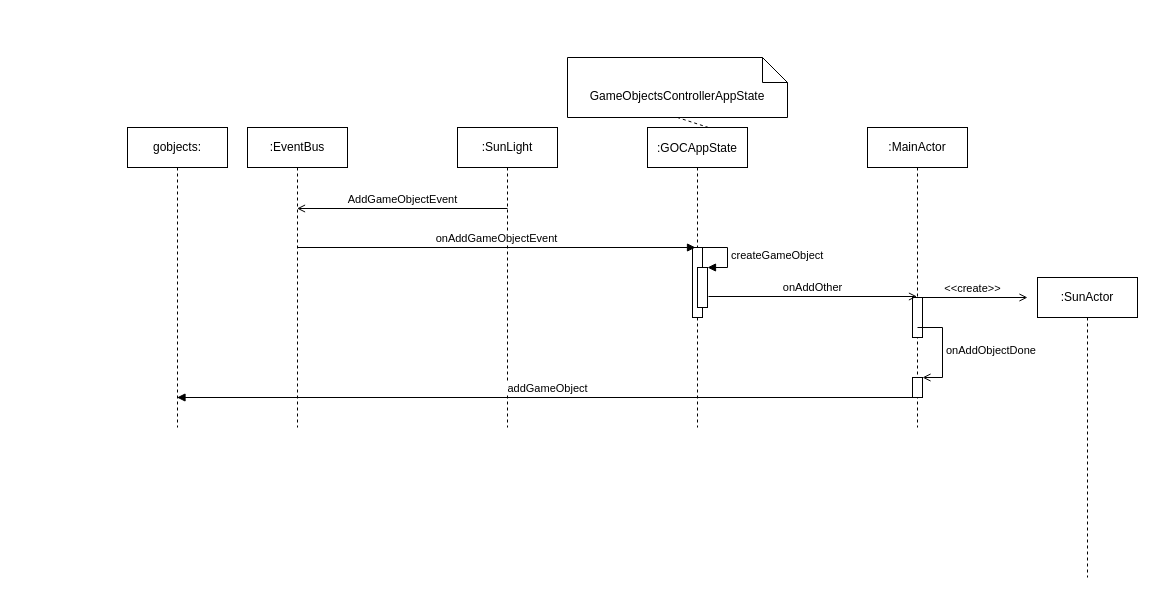
devent/dwarf-hustle-design keeps this draw.io diagram as uml/AddGameObject-Sun-Sequence.drawio. Above is the earlier version. Source tidied: cells renumbered, new cells numbered last; positions are measured from the earlier drawing's top-left corner, leaving out a move shared by most shapes. Both pictures are drawn from the tidied source at 100%, with x=0, y=0 at pixel (127, 57).
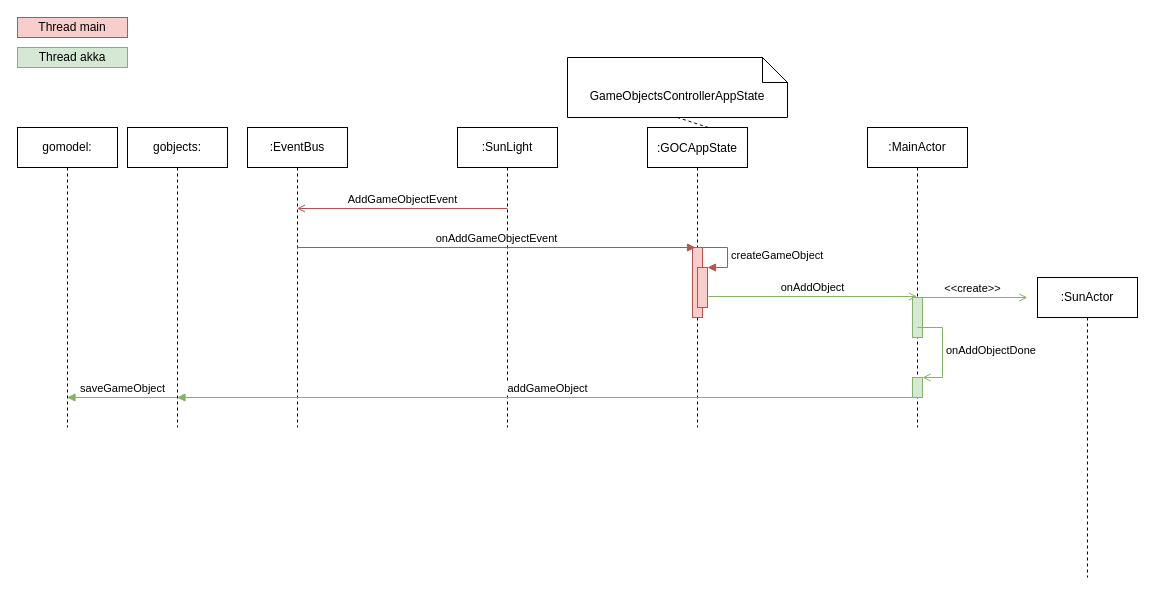
The same page after the edit.

The change refers to these unchanged cells:
```xml
<mxCell id="5" value=":GOCAppState" style="shape=umlLifeline;perimeter=lifelinePerimeter;rounded=0;shadow=0;strokeWidth=1;" parent="1" vertex="1">
  <mxGeometry x="520" y="70" width="100" height="300" as="geometry" />
</mxCell>
<mxCell id="12" value=":MainActor" style="shape=umlLifeline;perimeter=lifelinePerimeter;whiteSpace=wrap;html=1;outlineConnect=0;" parent="1" vertex="1">
  <mxGeometry x="740" y="70" width="100" height="300" as="geometry" />
</mxCell>
```

Change to the diagram source:
```diff
@@
-    <mxCell id="4" value="AddGameObjectEvent" style="html=1;verticalAlign=bottom;endArrow=open;endFill=0;" parent="1" edge="1">
+    <mxCell id="4" value="AddGameObjectEvent" style="html=1;verticalAlign=bottom;endArrow=open;endFill=0;fillColor=#f8cecc;strokeColor=#b85450;" parent="1" edge="1">
       <mxGeometry relative="1" as="geometry">
         <mxPoint x="380" y="151" as="sourcePoint" />
         <mxPoint x="169.5" y="151" as="targetPoint" />
       </mxGeometry>
     </mxCell>
@@
-    <mxCell id="6" style="html=1;perimeter=orthogonalPerimeter;" parent="5" vertex="1">
+    <mxCell id="6" style="html=1;perimeter=orthogonalPerimeter;fillColor=#f8cecc;strokeColor=#b85450;" parent="5" vertex="1">
       <mxGeometry x="45" y="120" width="10" height="70" as="geometry" />
     </mxCell>
@@
-    <mxCell id="9" value="onAddGameObjectEvent" style="html=1;verticalAlign=bottom;endArrow=block;entryX=0.48;entryY=0.8;entryDx=0;entryDy=0;entryPerimeter=0;" parent="1" edge="1">
+    <mxCell id="9" value="onAddGameObjectEvent" style="html=1;verticalAlign=bottom;endArrow=block;entryX=0.48;entryY=0.8;entryDx=0;entryDy=0;entryPerimeter=0;fillColor=#f8cecc;strokeColor=#b85450;" parent="1" edge="1">
       <mxGeometry relative="1" as="geometry">
         <mxPoint x="169.5" y="190" as="sourcePoint" />
         <mxPoint x="568" y="190" as="targetPoint" />
       </mxGeometry>
     </mxCell>
-    <mxCell id="10" style="html=1;points=[];perimeter=orthogonalPerimeter;" parent="1" vertex="1">
+    <mxCell id="10" style="html=1;points=[];perimeter=orthogonalPerimeter;fillColor=#f8cecc;strokeColor=#b85450;" parent="1" vertex="1">
       <mxGeometry x="570" y="210" width="10" height="40" as="geometry" />
     </mxCell>
-    <mxCell id="11" value="createGameObject" style="edgeStyle=orthogonalEdgeStyle;html=1;align=left;spacingLeft=2;endArrow=block;rounded=0;entryX=1;entryY=0;" parent="1" edge="1" target="10">
+    <mxCell id="11" value="createGameObject" style="edgeStyle=orthogonalEdgeStyle;html=1;align=left;spacingLeft=2;endArrow=block;rounded=0;entryX=1;entryY=0;fillColor=#f8cecc;strokeColor=#b85450;" parent="1" edge="1" target="10">
       <mxGeometry relative="1" as="geometry">
         <mxPoint x="575" y="190" as="sourcePoint" />
         <Array as="points">
           <mxPoint x="600" y="190" />
         </Array>
       </mxGeometry>
     </mxCell>
@@
-    <mxCell id="13" style="html=1;perimeter=orthogonalPerimeter;" parent="12" vertex="1">
+    <mxCell id="13" style="html=1;perimeter=orthogonalPerimeter;fillColor=#d5e8d4;strokeColor=#82b366;" parent="12" vertex="1">
       <mxGeometry x="45" y="170" width="10" height="40" as="geometry" />
     </mxCell>
-    <mxCell id="14" style="html=1;points=[];perimeter=orthogonalPerimeter;" parent="12" vertex="1">
+    <mxCell id="14" style="html=1;points=[];perimeter=orthogonalPerimeter;fillColor=#d5e8d4;strokeColor=#82b366;" parent="12" vertex="1">
       <mxGeometry x="45" y="250" width="10" height="20" as="geometry" />
     </mxCell>
-    <mxCell id="15" value="onAddObjectDone" style="edgeStyle=orthogonalEdgeStyle;html=1;align=left;spacingLeft=2;endArrow=open;rounded=0;entryX=1;entryY=0;endFill=0;" parent="12" edge="1" target="14">
+    <mxCell id="15" value="onAddObjectDone" style="edgeStyle=orthogonalEdgeStyle;html=1;align=left;spacingLeft=2;endArrow=open;rounded=0;entryX=1;entryY=0;endFill=0;fillColor=#d5e8d4;strokeColor=#82b366;" parent="12" edge="1" target="14">
       <mxGeometry relative="1" as="geometry">
         <mxPoint x="50" y="200" as="sourcePoint" />
         <Array as="points">
           <mxPoint x="75" y="200" />
           <mxPoint x="75" y="250" />
         </Array>
       </mxGeometry>
     </mxCell>
-    <mxCell id="16" value="onAddOther" style="html=1;verticalAlign=bottom;endArrow=open;exitX=1.1;exitY=0.725;exitDx=0;exitDy=0;exitPerimeter=0;endFill=0;" parent="1" edge="1" source="10" target="12">
+    <mxCell id="16" value="onAddObject" style="html=1;verticalAlign=bottom;endArrow=open;exitX=1.1;exitY=0.725;exitDx=0;exitDy=0;exitPerimeter=0;endFill=0;fillColor=#d5e8d4;strokeColor=#82b366;" parent="1" edge="1" source="10" target="12">
       <mxGeometry relative="1" as="geometry" />
     </mxCell>
@@
-    <mxCell id="18" value="&amp;lt;&amp;lt;create&amp;gt;&amp;gt;" style="html=1;verticalAlign=bottom;endArrow=open;endFill=0;" parent="1" edge="1">
+    <mxCell id="18" value="&amp;lt;&amp;lt;create&amp;gt;&amp;gt;" style="html=1;verticalAlign=bottom;endArrow=open;endFill=0;fillColor=#d5e8d4;strokeColor=#82b366;" parent="1" edge="1">
       <mxGeometry relative="1" as="geometry">
         <mxPoint x="790" y="240" as="sourcePoint" />
         <mxPoint x="900" y="240" as="targetPoint" />
       </mxGeometry>
     </mxCell>
@@
-    <mxCell id="20" value="addGameObject" style="html=1;verticalAlign=bottom;endArrow=block;" parent="1" edge="1">
+    <mxCell id="20" value="addGameObject" style="html=1;verticalAlign=bottom;endArrow=block;fillColor=#d5e8d4;strokeColor=#82b366;" parent="1" edge="1">
       <mxGeometry relative="1" as="geometry">
         <mxPoint x="789.5" y="340" as="sourcePoint" />
         <mxPoint x="49.5" y="340" as="targetPoint" />
       </mxGeometry>
     </mxCell>
+    <mxCell id="21" value="Thread main" style="rounded=0;whiteSpace=wrap;html=1;fillColor=#f8cecc;strokeColor=#b85450;" parent="1" vertex="1">
+      <mxGeometry x="-110" y="-40" width="110" height="20" as="geometry" />
+    </mxCell>
+    <mxCell id="22" value="Thread akka" style="rounded=0;whiteSpace=wrap;html=1;fillColor=#d5e8d4;strokeColor=#82b366;" parent="1" vertex="1">
+      <mxGeometry x="-110" y="-10" width="110" height="20" as="geometry" />
+    </mxCell>
+    <mxCell id="23" value="gomodel:" style="shape=umlLifeline;perimeter=lifelinePerimeter;whiteSpace=wrap;html=1;" parent="1" vertex="1">
+      <mxGeometry x="-110" y="70" width="100" height="300" as="geometry" />
+    </mxCell>
+    <mxCell id="24" value="saveGameObject" style="html=1;verticalAlign=bottom;endArrow=block;fillColor=#d5e8d4;strokeColor=#82b366;" parent="1" edge="1">
+      <mxGeometry relative="1" as="geometry">
+        <mxPoint x="49.5" y="340" as="sourcePoint" />
+        <mxPoint x="-60.5" y="340" as="targetPoint" />
+      </mxGeometry>
+    </mxCell>
```
